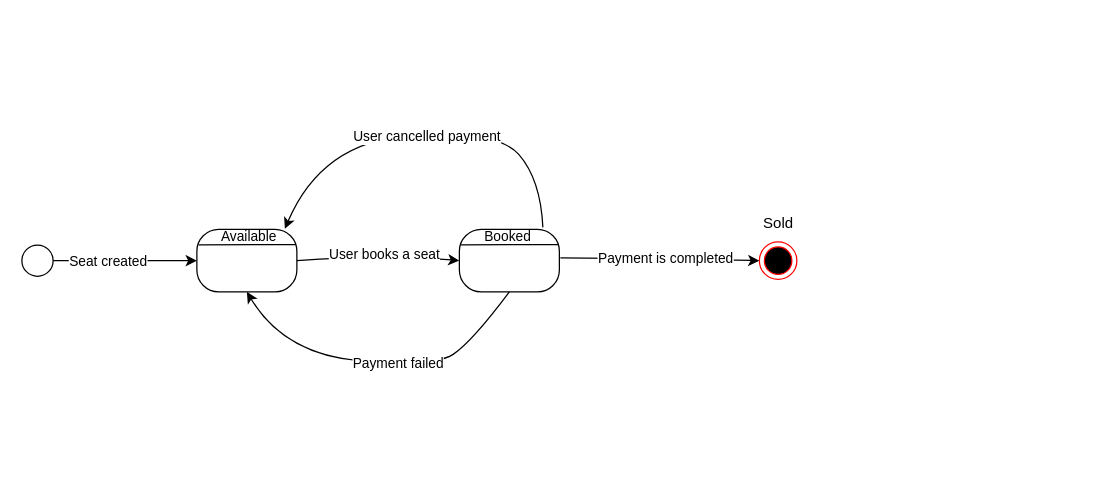
Above: Diagrams/TicketStateDiagram.drawio in PrimoTibalt/IntermediatePlusMentoring (draw.io), before the change. Source tidied: cells renumbered, new cells numbered last; positions are measured from the earlier drawing's top-left corner, leaving out a move shared by most shapes. Both pictures are drawn from the tidied source at 125%, with x=0, y=0 at pixel (21, 104).
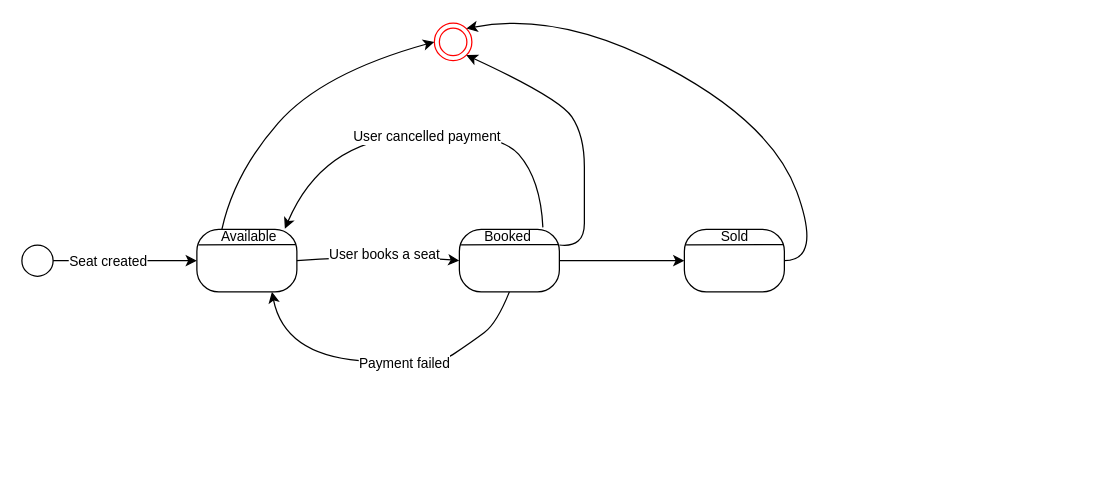
The same page after the edit.

The change refers to these unchanged cells:
```xml
<mxCell id="2" style="group;" parent="1" vertex="1">
  <mxGeometry x="30" width="830" height="300" as="geometry" />
</mxCell>
<mxCell id="4" value="&lt;font style=&quot;font-size: 11px;&quot;&gt;&amp;nbsp; &amp;nbsp; &amp;nbsp; Available&lt;/font&gt;&lt;div style=&quot;font-size: 11px;&quot;&gt;&lt;font style=&quot;font-size: 11px;&quot;&gt;&lt;br&gt;&lt;/font&gt;&lt;/div&gt;&lt;div style=&quot;font-size: 11px;&quot;&gt;&lt;font style=&quot;font-size: 11px;&quot;&gt;&lt;br&gt;&lt;/font&gt;&lt;/div&gt;&lt;div style=&quot;font-size: 11px;&quot;&gt;&lt;font style=&quot;font-size: 11px;&quot;&gt;&lt;br&gt;&lt;/font&gt;&lt;/div&gt;" style="rounded=1;whiteSpace=wrap;html=1;align=left;arcSize=35;" parent="3" vertex="1">
  <mxGeometry width="80" height="50" as="geometry" />
</mxCell>
<mxCell id="7" value="&lt;font style=&quot;font-size: 11px;&quot;&gt;&amp;nbsp; &amp;nbsp; &amp;nbsp; Booked&lt;/font&gt;&lt;div style=&quot;font-size: 11px;&quot;&gt;&lt;br&gt;&lt;/div&gt;&lt;div style=&quot;font-size: 11px;&quot;&gt;&lt;font style=&quot;font-size: 11px;&quot;&gt;&lt;br&gt;&lt;/font&gt;&lt;/div&gt;&lt;div style=&quot;font-size: 11px;&quot;&gt;&lt;font style=&quot;font-size: 11px;&quot;&gt;&lt;br&gt;&lt;/font&gt;&lt;/div&gt;" style="rounded=1;whiteSpace=wrap;html=1;align=left;arcSize=35;" parent="6" vertex="1">
  <mxGeometry width="80" height="50" as="geometry" />
</mxCell>
```

What changed in the source:
```diff
@@
-    <mxCell id="11" style="curved=1;endArrow=classic;html=1;rounded=0;entryX=0;entryY=0.5;entryDx=0;entryDy=0;exitX=1.01;exitY=0.456;exitDx=0;exitDy=0;exitPerimeter=0;" parent="2" edge="1" source="7" target="17">
-      <mxGeometry relative="1" as="geometry">
-        <Array as="points">
-          <mxPoint x="450" y="123" />
-        </Array>
-      </mxGeometry>
-    </mxCell>
-    <mxCell id="12" value="Payment is completed" style="edgeLabel;html=1;align=center;verticalAlign=middle;" parent="11" vertex="1">
-      <mxGeometry x="0.05" y="1" relative="1" as="geometry" />
-    </mxCell>
@@
-    <mxCell id="15" style="curved=1;endArrow=classic;html=1;rounded=0;entryX=0.5;entryY=1;entryDx=0;entryDy=0;exitX=0.5;exitY=1;exitDx=0;exitDy=0;" parent="2" edge="1" source="7" target="4">
+    <mxCell id="15" style="curved=1;endArrow=classic;html=1;rounded=0;entryX=0.75;entryY=1;entryDx=0;entryDy=0;exitX=0.5;exitY=1;exitDx=0;exitDy=0;" parent="2" edge="1" source="7" target="4">
       <mxGeometry relative="1" as="geometry">
         <Array as="points">
+          <mxPoint x="350" y="175" />
           <mxPoint x="330" y="190" />
           <mxPoint x="300" y="210" />
           <mxPoint x="180" y="200" />
         </Array>
       </mxGeometry>
     </mxCell>
@@
-    <mxCell id="17" style="ellipse;html=1;shape=endState;fillColor=#000000;strokeColor=#ff0000;" parent="2" vertex="1">
-      <mxGeometry x="560" y="110" width="30" height="30" as="geometry" />
-    </mxCell>
+    <mxCell id="22" style="group;fontSize=10;" parent="2" vertex="1">
+      <mxGeometry x="500" y="100" width="80" height="50" as="geometry" />
+    </mxCell>
-    <mxCell id="18" value="Sold" style="text;html=1;align=center;verticalAlign=middle;points=[];strokeColor=none;fillColor=none;" parent="2" vertex="1">
-      <mxGeometry x="550" y="80" width="50" height="30" as="geometry" />
+    <mxCell id="18" value="&lt;font style=&quot;font-size: 11px;&quot;&gt;&amp;nbsp; &amp;nbsp; &amp;nbsp; &amp;nbsp; &amp;nbsp;Sold&lt;/font&gt;&lt;div style=&quot;font-size: 11px;&quot;&gt;&lt;br&gt;&lt;/div&gt;&lt;div style=&quot;font-size: 11px;&quot;&gt;&lt;font style=&quot;font-size: 11px;&quot;&gt;&lt;br&gt;&lt;/font&gt;&lt;/div&gt;&lt;div style=&quot;font-size: 11px;&quot;&gt;&lt;font style=&quot;font-size: 11px;&quot;&gt;&lt;br&gt;&lt;/font&gt;&lt;/div&gt;" style="rounded=1;whiteSpace=wrap;html=1;align=left;arcSize=35;" parent="22" vertex="1">
+      <mxGeometry width="80" height="50" as="geometry" />
     </mxCell>
+    <mxCell id="23" style="endArrow=none;html=1;rounded=0;exitX=0.017;exitY=0.248;exitDx=0;exitDy=0;entryX=0.986;entryY=0.242;entryDx=0;entryDy=0;entryPerimeter=0;exitPerimeter=0;" parent="22" edge="1" source="18" target="18">
+      <mxGeometry relative="1" as="geometry" />
+    </mxCell>
+    <mxCell id="24" style="curved=1;endArrow=classic;html=1;rounded=0;exitX=1;exitY=0.5;exitDx=0;exitDy=0;entryX=0;entryY=0.5;entryDx=0;entryDy=0;" parent="2" edge="1" source="7" target="18">
+      <mxGeometry relative="1" as="geometry">
+        <Array as="points">
+          <mxPoint x="490" y="125" />
+        </Array>
+      </mxGeometry>
+    </mxCell>
@@
+    <mxCell id="17" style="ellipse;html=1;shape=endState;fillColor=#FFFFFF;strokeColor=#ff0000;" parent="1" vertex="1">
+      <mxGeometry x="330" y="-65" width="30" height="30" as="geometry" />
+    </mxCell>
+    <mxCell id="11" style="curved=1;endArrow=classic;html=1;rounded=0;entryX=1;entryY=1;entryDx=0;entryDy=0;exitX=1;exitY=0.25;exitDx=0;exitDy=0;" parent="1" edge="1" source="7" target="17">
+      <mxGeometry relative="1" as="geometry">
+        <Array as="points">
+          <mxPoint x="450" y="115" />
+          <mxPoint x="450" y="75" />
+          <mxPoint x="450" y="25" />
+          <mxPoint x="430" y="-5" />
+        </Array>
+      </mxGeometry>
+    </mxCell>
+    <mxCell id="25" style="curved=1;endArrow=classic;html=1;rounded=0;exitX=0.25;exitY=0;exitDx=0;exitDy=0;entryX=0;entryY=0.5;entryDx=0;entryDy=0;" parent="1" edge="1" source="4" target="17">
+      <mxGeometry relative="1" as="geometry">
+        <Array as="points">
+          <mxPoint x="170" y="55" />
+          <mxPoint x="240" y="-25" />
+        </Array>
+      </mxGeometry>
+    </mxCell>
+    <mxCell id="26" style="curved=1;endArrow=classic;html=1;rounded=0;exitX=1;exitY=0.5;exitDx=0;exitDy=0;entryX=1;entryY=0;entryDx=0;entryDy=0;" parent="1" edge="1" source="18" target="17">
+      <mxGeometry relative="1" as="geometry">
+        <Array as="points">
+          <mxPoint x="640" y="125" />
+          <mxPoint x="600" y="15" />
+          <mxPoint x="430" y="-75" />
+        </Array>
+      </mxGeometry>
+    </mxCell>
```
